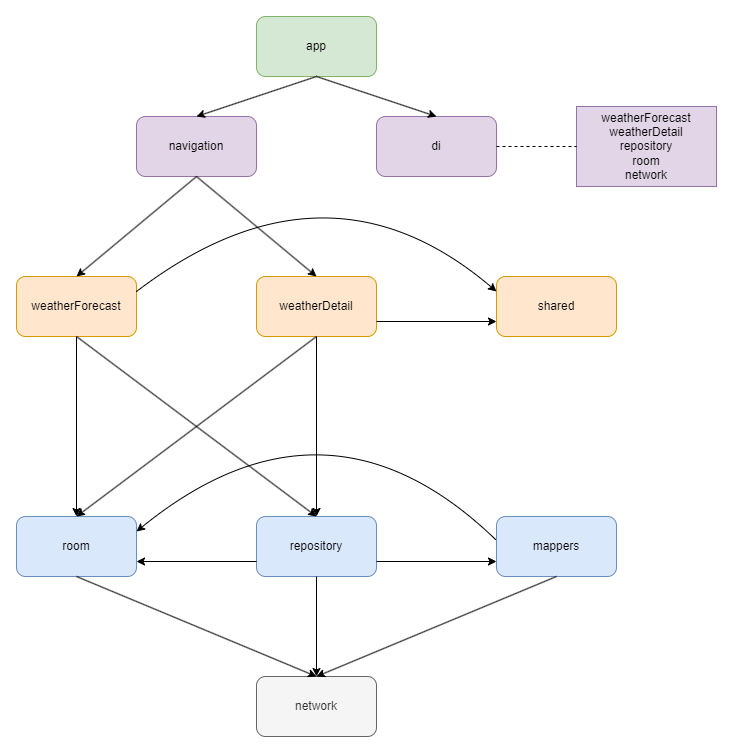
Before: module_dep_graph.png, a diagram exported from draw.io (jkjamies/weatherApp). Source tidied: cells renumbered, new cells last; positions are measured from the earlier drawing's top-left corner, leaving out a move shared by most shapes.
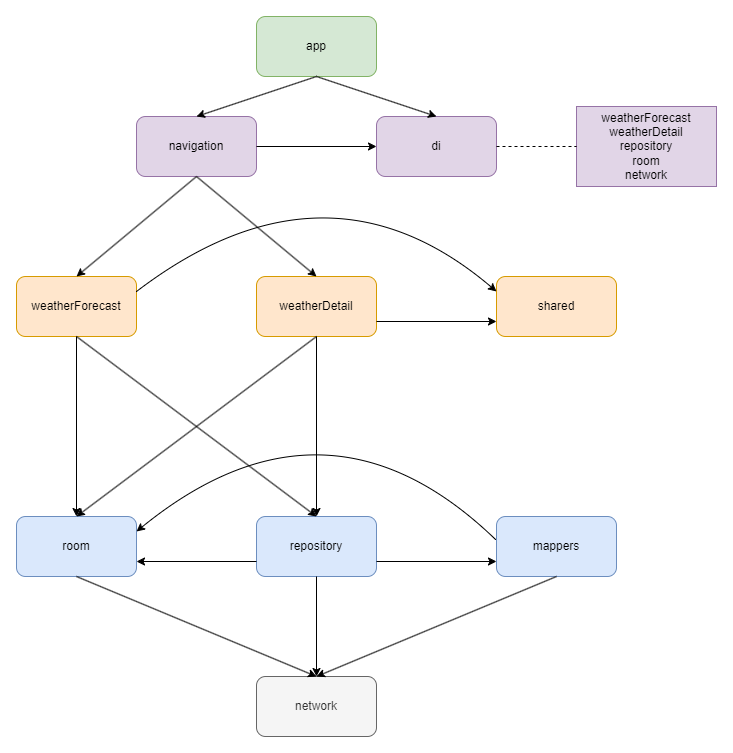
Later version of the same file.

The edit, as a diff of the source:
```diff
@@ -94,5 +94,8 @@
     <mxCell id="29" style="endArrow=none;dashed=1;html=1;rounded=0;entryX=0;entryY=0.5;entryDx=0;entryDy=0;exitX=1;exitY=0.5;exitDx=0;exitDy=0;" parent="1" edge="1" source="3" target="28">
       <mxGeometry relative="1" as="geometry" />
     </mxCell>
+    <mxCell id="30" style="endArrow=classic;html=1;rounded=0;entryX=0;entryY=0.5;entryDx=0;entryDy=0;exitX=1;exitY=0.5;exitDx=0;exitDy=0;" parent="1" edge="1" source="4" target="3">
+      <mxGeometry relative="1" as="geometry" />
+    </mxCell>
   </root>
 </mxGraphModel>
```
